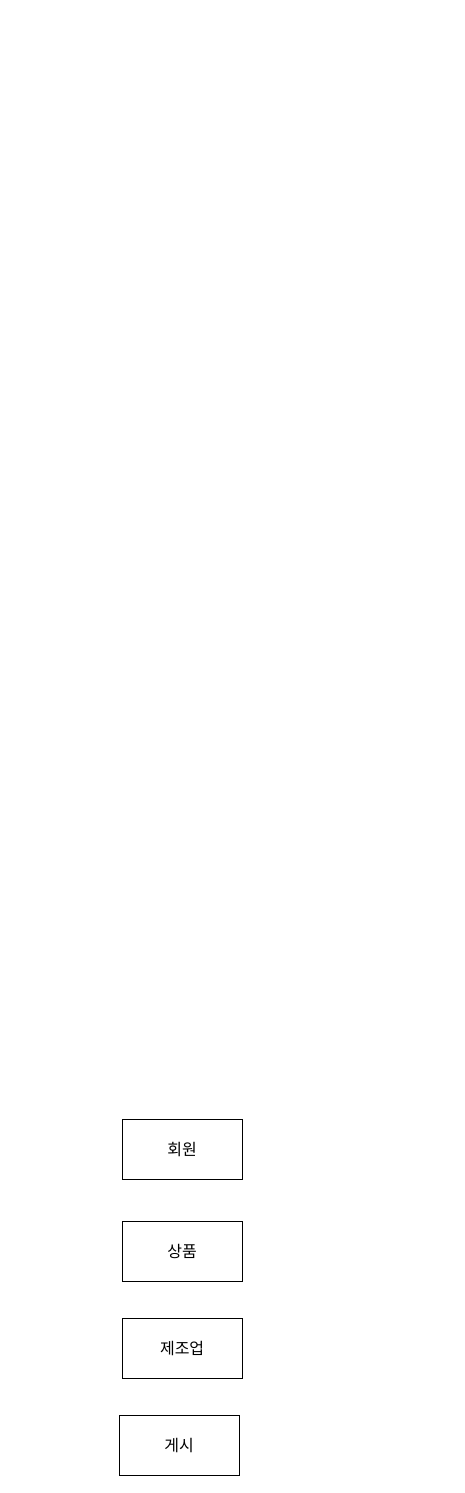
Before: 제목 없는 다이어그램.drawio in Chloe-South/project1, a draw.io diagram. Source tidied: cells renumbered, new cells numbered last; positions are measured from the earlier drawing's top-left corner, leaving out a move shared by most shapes. Both pictures are drawn from the tidied source at 100%, with x=0, y=0 at pixel (119, 1119).
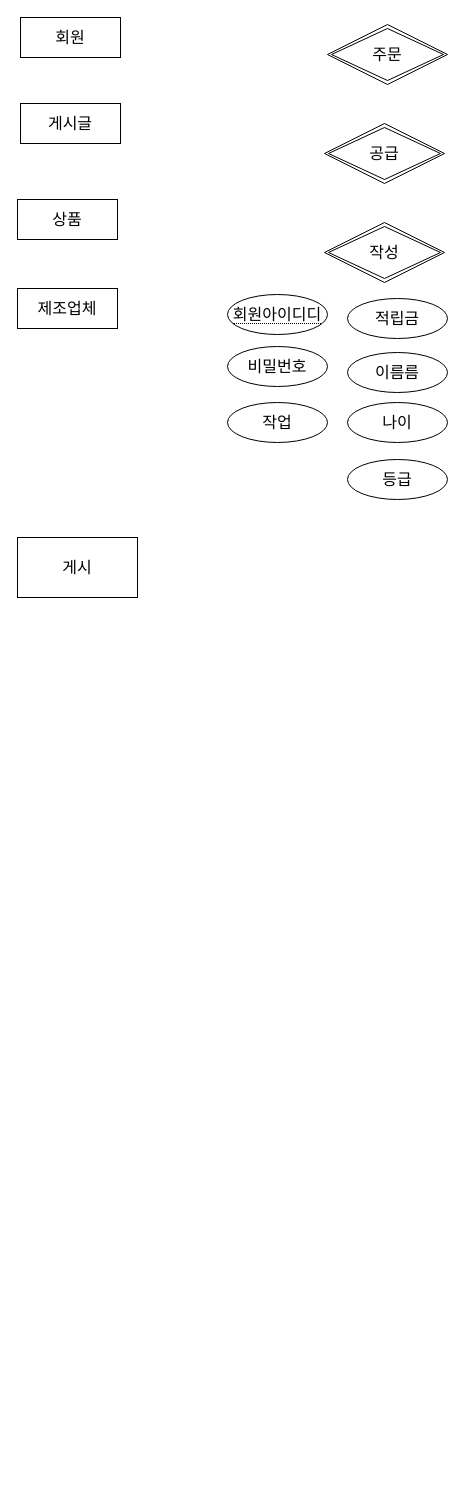
The same page after the edit.

Commit message:
삼성마트 ER다이어그램

Change to the diagram source:
```diff
@@
 <mxGraphModel>
   <root>
     <mxCell id="0" />
     <mxCell id="1" parent="0" />
+    <mxCell id="5" value="게시" style="rounded=0;whiteSpace=wrap;html=1;fontSize=16;" parent="1" vertex="1">
+      <mxGeometry x="-102" y="-582" width="120" height="60" as="geometry" />
+    </mxCell>
+    <mxCell id="6" value="주문" style="shape=rhombus;double=1;perimeter=rhombusPerimeter;whiteSpace=wrap;html=1;align=center;fontSize=16;" parent="1" vertex="1">
+      <mxGeometry x="208" y="-1095" width="120" height="60" as="geometry" />
+    </mxCell>
+    <mxCell id="7" value="작성" style="shape=rhombus;double=1;perimeter=rhombusPerimeter;whiteSpace=wrap;html=1;align=center;fontSize=16;" parent="1" vertex="1">
+      <mxGeometry x="205" y="-897" width="120" height="60" as="geometry" />
+    </mxCell>
+    <mxCell id="8" value="공급" style="shape=rhombus;double=1;perimeter=rhombusPerimeter;whiteSpace=wrap;html=1;align=center;fontSize=16;" parent="1" vertex="1">
+      <mxGeometry x="205" y="-996" width="120" height="60" as="geometry" />
+    </mxCell>
-    <mxCell id="2" value="회원" style="rounded=0;whiteSpace=wrap;html=1;fontSize=16;" parent="1" vertex="1">
-      <mxGeometry x="3" width="120" height="60" as="geometry" />
+    <mxCell id="2" value="회원" style="whiteSpace=wrap;html=1;align=center;fontSize=16;" parent="1" vertex="1">
+      <mxGeometry x="-99" y="-1102" width="100" height="40" as="geometry" />
     </mxCell>
+    <mxCell id="9" value="게시글" style="whiteSpace=wrap;html=1;align=center;fontSize=16;" parent="1" vertex="1">
+      <mxGeometry x="-99" y="-1016" width="100" height="40" as="geometry" />
+    </mxCell>
-    <mxCell id="3" value="상품" style="rounded=0;whiteSpace=wrap;html=1;fontSize=16;" parent="1" vertex="1">
-      <mxGeometry x="3" y="102" width="120" height="60" as="geometry" />
+    <mxCell id="3" value="상품" style="whiteSpace=wrap;html=1;align=center;fontSize=16;" parent="1" vertex="1">
+      <mxGeometry x="-102" y="-920" width="100" height="40" as="geometry" />
     </mxCell>
-    <mxCell id="4" value="제조업" style="rounded=0;whiteSpace=wrap;html=1;fontSize=16;" parent="1" vertex="1">
-      <mxGeometry x="3" y="199" width="120" height="60" as="geometry" />
-    </mxCell>
-    <mxCell id="5" value="게시" style="rounded=0;whiteSpace=wrap;html=1;fontSize=16;" parent="1" vertex="1">
-      <mxGeometry y="296" width="120" height="60" as="geometry" />
-    </mxCell>
+    <mxCell id="10" value="제조업체" style="whiteSpace=wrap;html=1;align=center;fontSize=16;" parent="1" vertex="1">
+      <mxGeometry x="-102" y="-831" width="100" height="40" as="geometry" />
+    </mxCell>
+    <mxCell id="11" value="비밀번호" style="ellipse;whiteSpace=wrap;html=1;align=center;fontSize=16;" parent="1" vertex="1">
+      <mxGeometry x="108" y="-773" width="100" height="40" as="geometry" />
+    </mxCell>
+    <mxCell id="12" value="&lt;span style=&quot;border-bottom: 1px dotted&quot;&gt;회원아이디디&lt;/span&gt;" style="ellipse;whiteSpace=wrap;html=1;align=center;fontSize=16;" parent="1" vertex="1">
+      <mxGeometry x="108" y="-825" width="100" height="40" as="geometry" />
+    </mxCell>
+    <mxCell id="13" value="작업" style="ellipse;whiteSpace=wrap;html=1;align=center;fontSize=16;" parent="1" vertex="1">
+      <mxGeometry x="108" y="-717" width="100" height="40" as="geometry" />
+    </mxCell>
+    <mxCell id="14" value="등급" style="ellipse;whiteSpace=wrap;html=1;align=center;fontSize=16;" parent="1" vertex="1">
+      <mxGeometry x="228" y="-660" width="100" height="40" as="geometry" />
+    </mxCell>
+    <mxCell id="15" value="나이" style="ellipse;whiteSpace=wrap;html=1;align=center;fontSize=16;" parent="1" vertex="1">
+      <mxGeometry x="228" y="-717" width="100" height="40" as="geometry" />
+    </mxCell>
+    <mxCell id="16" value="이름름" style="ellipse;whiteSpace=wrap;html=1;align=center;fontSize=16;" parent="1" vertex="1">
+      <mxGeometry x="228" y="-767" width="100" height="40" as="geometry" />
+    </mxCell>
+    <mxCell id="17" value="적립금" style="ellipse;whiteSpace=wrap;html=1;align=center;fontSize=16;" parent="1" vertex="1">
+      <mxGeometry x="228" y="-821" width="100" height="40" as="geometry" />
+    </mxCell>
   </root>
 </mxGraphModel>
```
